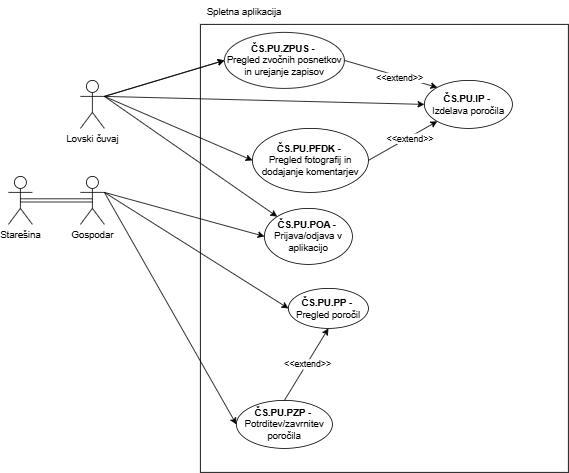
This is Lovski cuvaj-Spletna aplikacija.drawio.png from ErnestISv/Lovstvo, a draw.io export, as it was before one commit. Source tidied: cells renumbered, new cells last; positions are measured from the earlier drawing's top-left corner, leaving out a move shared by most shapes.
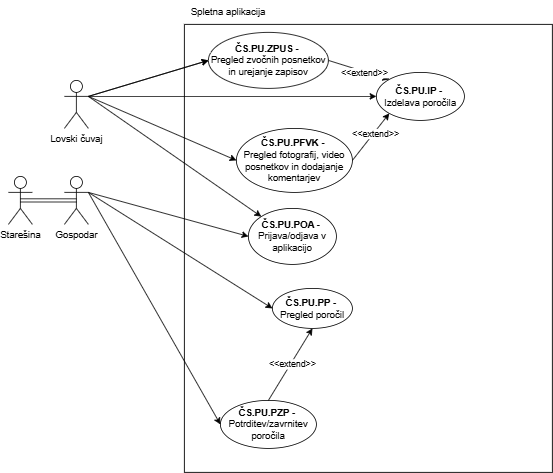
After the commit.

Change to the diagram source:
```diff
@@ -9,13 +9,13 @@
       <mxGeometry x="90" y="100" width="30" height="60" as="geometry" />
     </mxCell>
     <mxCell id="4" value="Starešina" style="shape=umlActor;verticalLabelPosition=bottom;verticalAlign=top;html=1;outlineConnect=0;" parent="1" vertex="1">
-      <mxGeometry y="220" width="30" height="60" as="geometry" />
+      <mxGeometry x="20" y="220" width="30" height="60" as="geometry" />
     </mxCell>
     <mxCell id="5" value="Gospodar" style="shape=umlActor;verticalLabelPosition=bottom;verticalAlign=top;html=1;outlineConnect=0;" parent="1" vertex="1">
       <mxGeometry x="90" y="220" width="30" height="60" as="geometry" />
     </mxCell>
     <mxCell id="6" value="&lt;div&gt;&lt;b&gt;ČS.PU.IP -&amp;nbsp;&lt;/b&gt;&lt;/div&gt;Izdelava poročila" style="ellipse;whiteSpace=wrap;html=1;" parent="1" vertex="1">
-      <mxGeometry x="520" y="100" width="110" height="60" as="geometry" />
+      <mxGeometry x="480" y="90" width="110" height="60" as="geometry" />
     </mxCell>
     <mxCell id="7" style="endArrow=classic;html=1;rounded=0;exitX=1;exitY=0.3333333333333333;exitDx=0;exitDy=0;exitPerimeter=0;entryX=0;entryY=0.5;entryDx=0;entryDy=0;" parent="1" edge="1" source="3" target="6">
       <mxGeometry relative="1" as="geometry" />
@@ -43,7 +43,7 @@
         <mxPoint x="120" y="120" as="sourcePoint" />
       </mxGeometry>
     </mxCell>
-    <mxCell id="15" value="&lt;div&gt;&lt;b&gt;ČS.PU.PFDK -&amp;nbsp;&lt;/b&gt;&lt;/div&gt;Pregled fotografij in dodajanje komentarjev" style="ellipse;whiteSpace=wrap;html=1;" parent="1" vertex="1">
+    <mxCell id="15" value="&lt;div&gt;&lt;b&gt;ČS.PU.PFVK -&amp;nbsp;&lt;/b&gt;&lt;/div&gt;Pregled fotografij, video posnetkov in dodajanje komentarjev" style="ellipse;whiteSpace=wrap;html=1;" parent="1" vertex="1">
       <mxGeometry x="305" y="160" width="145" height="80" as="geometry" />
     </mxCell>
     <mxCell id="16" style="endArrow=classic;html=1;rounded=0;exitX=1;exitY=0.3333333333333333;exitDx=0;exitDy=0;exitPerimeter=0;entryX=0;entryY=0.5;entryDx=0;entryDy=0;" parent="1" edge="1" source="3" target="15">
@@ -79,7 +79,7 @@
     <mxCell id="26" value="&amp;lt;&amp;lt;extend&amp;gt;&amp;gt;" style="edgeLabel;html=1;align=center;verticalAlign=middle;" parent="25" vertex="1">
       <mxGeometry x="0.02" y="-1" relative="1" as="geometry" />
     </mxCell>
-    <mxCell id="27" style="edgeStyle=orthogonalEdgeStyle;rounded=0;jettySize=auto;html=1;exitX=0.5;exitY=0.5;exitDx=0;exitDy=0;exitPerimeter=0;entryX=0.5;entryY=0.5;entryDx=0;entryDy=0;entryPerimeter=0;shape=link;" parent="1" edge="1" source="4" target="5">
+    <mxCell id="27" style="edgeStyle=orthogonalEdgeStyle;shape=link;rounded=0;jettySize=auto;html=1;exitX=0.5;exitY=0.5;exitDx=0;exitDy=0;exitPerimeter=0;entryX=0.5;entryY=0.5;entryDx=0;entryDy=0;entryPerimeter=0;" parent="1" edge="1" source="4" target="5">
       <mxGeometry relative="1" as="geometry" />
     </mxCell>
   </root>
```
